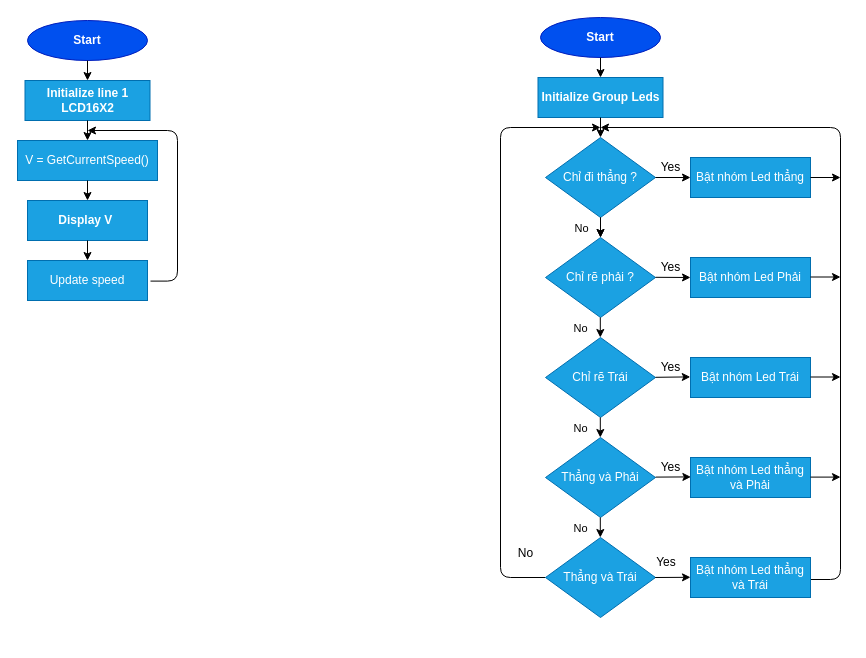
The draw.io diagram page "Page-3" (3 of 4) of Untitled Diagram.drawio in truongvanthinh/AutonomousCar, before the edit. Source tidied: cells renumbered, new cells numbered last; positions are measured from the earlier drawing's top-left corner, leaving out a move shared by most shapes. Both pictures are drawn from the tidied source at 100%, with x=0, y=0 at pixel (17, 17).
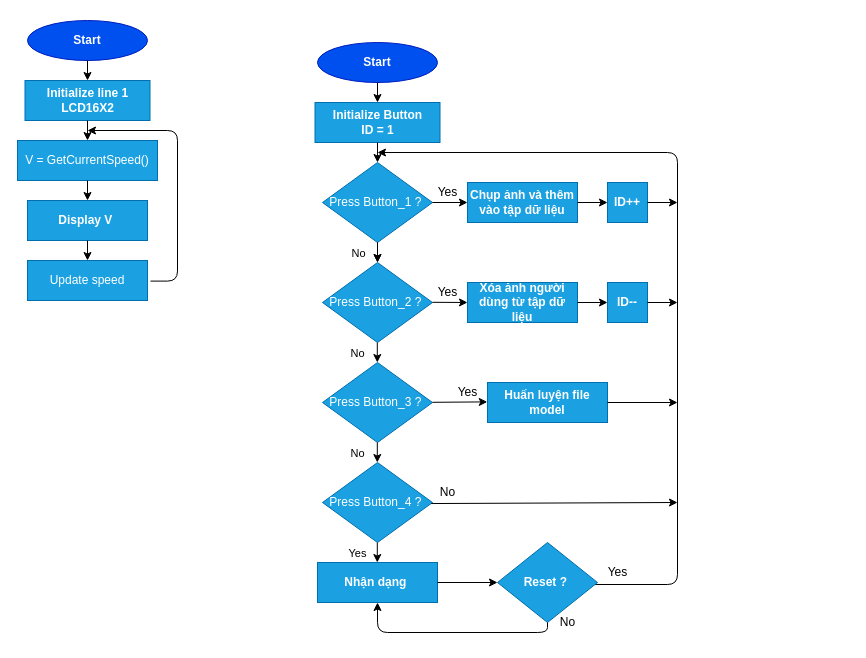
The same page after the edit.

Diff of the diagram source:
```diff
@@
     <mxCell id="12" value="&lt;b&gt;Start&lt;/b&gt;" style="ellipse;whiteSpace=wrap;html=1;fillColor=#0050ef;strokeColor=#001DBC;fontColor=#ffffff;" parent="1" vertex="1">
-      <mxGeometry x="523" width="120" height="40" as="geometry" />
+      <mxGeometry x="300" y="25" width="120" height="40" as="geometry" />
     </mxCell>
-    <mxCell id="13" value="&lt;b&gt;Initialize Group Leds&lt;/b&gt;" style="rounded=0;whiteSpace=wrap;html=1;fillColor=#1ba1e2;strokeColor=#006EAF;fontColor=#ffffff;" parent="1" vertex="1">
-      <mxGeometry x="520.5" y="60" width="125" height="40" as="geometry" />
+    <mxCell id="13" value="&lt;b&gt;Initialize Button&lt;br&gt;ID = 1&lt;br&gt;&lt;/b&gt;" style="rounded=0;whiteSpace=wrap;html=1;fillColor=#1ba1e2;strokeColor=#006EAF;fontColor=#ffffff;" parent="1" vertex="1">
+      <mxGeometry x="297.5" y="85" width="125" height="40" as="geometry" />
     </mxCell>
@@
-    <mxCell id="15" value="Chỉ đi thẳng ?" style="rhombus;whiteSpace=wrap;html=1;fillColor=#1ba1e2;strokeColor=#006EAF;fontColor=#ffffff;" parent="1" vertex="1">
-      <mxGeometry x="528" y="120" width="110" height="80" as="geometry" />
+    <mxCell id="15" value="Press Button_1 ?&amp;nbsp;" style="rhombus;whiteSpace=wrap;html=1;fillColor=#1ba1e2;strokeColor=#006EAF;fontColor=#ffffff;" parent="1" vertex="1">
+      <mxGeometry x="305" y="145" width="110" height="80" as="geometry" />
     </mxCell>
-    <mxCell id="16" value="Chỉ rẽ phải ?" style="rhombus;whiteSpace=wrap;html=1;fillColor=#1ba1e2;strokeColor=#006EAF;fontColor=#ffffff;" parent="1" vertex="1">
-      <mxGeometry x="528" y="220" width="110" height="80" as="geometry" />
+    <mxCell id="16" value="&lt;span&gt;Press Button_2 ?&amp;nbsp;&lt;/span&gt;" style="rhombus;whiteSpace=wrap;html=1;fillColor=#1ba1e2;strokeColor=#006EAF;fontColor=#ffffff;" parent="1" vertex="1">
+      <mxGeometry x="305" y="245" width="110" height="80" as="geometry" />
     </mxCell>
-    <mxCell id="17" value="Chỉ rẽ Trái" style="rhombus;whiteSpace=wrap;html=1;fillColor=#1ba1e2;strokeColor=#006EAF;fontColor=#ffffff;" parent="1" vertex="1">
-      <mxGeometry x="528" y="320" width="110" height="80" as="geometry" />
+    <mxCell id="17" value="Press Button_3 ?&amp;nbsp;" style="rhombus;whiteSpace=wrap;html=1;fillColor=#1ba1e2;strokeColor=#006EAF;fontColor=#ffffff;" parent="1" vertex="1">
+      <mxGeometry x="305" y="345" width="110" height="80" as="geometry" />
     </mxCell>
-    <mxCell id="18" value="Thẳng và Phải" style="rhombus;whiteSpace=wrap;html=1;fillColor=#1ba1e2;strokeColor=#006EAF;fontColor=#ffffff;" parent="1" vertex="1">
-      <mxGeometry x="528" y="420" width="110" height="80" as="geometry" />
+    <mxCell id="18" value="Press Button_4 ?&amp;nbsp;" style="rhombus;whiteSpace=wrap;html=1;fillColor=#1ba1e2;strokeColor=#006EAF;fontColor=#ffffff;" parent="1" vertex="1">
+      <mxGeometry x="305" y="445" width="110" height="80" as="geometry" />
     </mxCell>
@@
-    <mxCell id="20" value="Bật nhóm Led thẳng" style="rounded=0;whiteSpace=wrap;html=1;fillColor=#1ba1e2;strokeColor=#006EAF;fontColor=#ffffff;" parent="1" vertex="1">
-      <mxGeometry x="673" y="140" width="120" height="40" as="geometry" />
+    <mxCell id="20" value="&lt;b&gt;Chụp ảnh và thêm vào tập dữ liệu&lt;/b&gt;" style="rounded=0;whiteSpace=wrap;html=1;fillColor=#1ba1e2;strokeColor=#006EAF;fontColor=#ffffff;" parent="1" vertex="1">
+      <mxGeometry x="450" y="165" width="110" height="40" as="geometry" />
     </mxCell>
-    <mxCell id="21" value="&lt;span&gt;Bật nhóm Led Phải&lt;/span&gt;" style="rounded=0;whiteSpace=wrap;html=1;fillColor=#1ba1e2;strokeColor=#006EAF;fontColor=#ffffff;" parent="1" vertex="1">
-      <mxGeometry x="673" y="240" width="120" height="40" as="geometry" />
+    <mxCell id="21" value="&lt;b&gt;Xóa ảnh người dùng từ tập dữ liệu&lt;/b&gt;" style="rounded=0;whiteSpace=wrap;html=1;fillColor=#1ba1e2;strokeColor=#006EAF;fontColor=#ffffff;" parent="1" vertex="1">
+      <mxGeometry x="450" y="265" width="110" height="40" as="geometry" />
     </mxCell>
-    <mxCell id="22" value="Bật nhóm Led Trái" style="rounded=0;whiteSpace=wrap;html=1;fillColor=#1ba1e2;strokeColor=#006EAF;fontColor=#ffffff;" parent="1" vertex="1">
-      <mxGeometry x="673" y="340" width="120" height="40" as="geometry" />
+    <mxCell id="22" value="&lt;b&gt;Huấn luyện file model&lt;/b&gt;" style="rounded=0;whiteSpace=wrap;html=1;fillColor=#1ba1e2;strokeColor=#006EAF;fontColor=#ffffff;" parent="1" vertex="1">
+      <mxGeometry x="470" y="365" width="120" height="40" as="geometry" />
     </mxCell>
-    <mxCell id="23" value="Bật nhóm Led thẳng và Phải" style="rounded=0;whiteSpace=wrap;html=1;fillColor=#1ba1e2;strokeColor=#006EAF;fontColor=#ffffff;" parent="1" vertex="1">
-      <mxGeometry x="673" y="440" width="120" height="40" as="geometry" />
-    </mxCell>
@@
     <mxCell id="26" style="endArrow=classic;html=1;strokeWidth=1;exitX=0.5;exitY=1;exitDx=0;exitDy=0;" parent="1" edge="1">
       <mxGeometry relative="1" as="geometry">
-        <mxPoint x="583" y="200" as="sourcePoint" />
-        <mxPoint x="583" y="220" as="targetPoint" />
+        <mxPoint x="360" y="225" as="sourcePoint" />
+        <mxPoint x="360" y="245" as="targetPoint" />
       </mxGeometry>
     </mxCell>
@@
     <mxCell id="28" style="endArrow=classic;html=1;strokeWidth=1;exitX=0.5;exitY=1;exitDx=0;exitDy=0;" parent="1" edge="1">
       <mxGeometry relative="1" as="geometry">
-        <mxPoint x="582.8" y="300" as="sourcePoint" />
-        <mxPoint x="582.8" y="320" as="targetPoint" />
+        <mxPoint x="359.8" y="325" as="sourcePoint" />
+        <mxPoint x="359.8" y="345" as="targetPoint" />
       </mxGeometry>
     </mxCell>
@@
     <mxCell id="30" style="endArrow=classic;html=1;strokeWidth=1;exitX=0.5;exitY=1;exitDx=0;exitDy=0;" parent="1" edge="1">
       <mxGeometry relative="1" as="geometry">
-        <mxPoint x="582.8" y="400" as="sourcePoint" />
-        <mxPoint x="582.8" y="420" as="targetPoint" />
+        <mxPoint x="359.8" y="425" as="sourcePoint" />
+        <mxPoint x="359.8" y="445" as="targetPoint" />
       </mxGeometry>
     </mxCell>
@@
-    <mxCell id="32" value="No" style="text;html=1;align=center;verticalAlign=middle;strokeColor=none;" parent="1" vertex="1">
-      <mxGeometry x="493" y="526" width="30" height="20" as="geometry" />
-    </mxCell>
@@
     <mxCell id="34" value="Yes" style="text;html=1;align=center;verticalAlign=middle;strokeColor=none;" parent="1" vertex="1">
-      <mxGeometry x="633" y="140" width="40" height="20" as="geometry" />
+      <mxGeometry x="410" y="165" width="40" height="20" as="geometry" />
     </mxCell>
     <mxCell id="35" value="Yes" style="text;html=1;align=center;verticalAlign=middle;strokeColor=none;" parent="1" vertex="1">
-      <mxGeometry x="633" y="240" width="40" height="20" as="geometry" />
+      <mxGeometry x="410" y="265" width="40" height="20" as="geometry" />
     </mxCell>
     <mxCell id="36" style="endArrow=classic;html=1;strokeWidth=1;exitX=1;exitY=0.5;exitDx=0;exitDy=0;entryX=0.995;entryY=0.97;entryDx=0;entryDy=0;entryPerimeter=0;" parent="1" edge="1" target="39">
       <mxGeometry relative="1" as="geometry">
-        <mxPoint x="638" y="359.8" as="sourcePoint" />
+        <mxPoint x="415" y="384.8" as="sourcePoint" />
       </mxGeometry>
     </mxCell>
     <mxCell id="37" style="endArrow=classic;html=1;strokeWidth=1;exitX=1;exitY=0.5;exitDx=0;exitDy=0;" parent="1" edge="1" target="40">
       <mxGeometry relative="1" as="geometry">
-        <mxPoint x="638" y="459.5" as="sourcePoint" />
+        <mxPoint x="415" y="484.5" as="sourcePoint" />
       </mxGeometry>
     </mxCell>
     <mxCell id="38" style="endArrow=classic;html=1;strokeWidth=1;exitX=1;exitY=0.5;exitDx=0;exitDy=0;" parent="1" edge="1">
       <mxGeometry relative="1" as="geometry">
-        <mxPoint x="638" y="259.8" as="sourcePoint" />
-        <mxPoint x="673" y="260" as="targetPoint" />
+        <mxPoint x="415" y="284.8" as="sourcePoint" />
+        <mxPoint x="450" y="285" as="targetPoint" />
       </mxGeometry>
     </mxCell>
     <mxCell id="39" value="Yes" style="text;html=1;align=center;verticalAlign=middle;points=[];strokeColor=none;" parent="1" vertex="1">
-      <mxGeometry x="633" y="340" width="40" height="20" as="geometry" />
+      <mxGeometry x="430" y="365" width="40" height="20" as="geometry" />
     </mxCell>
-    <mxCell id="40" value="Yes" style="text;html=1;align=center;verticalAlign=middle;points=[];strokeColor=none;" parent="1" vertex="1">
-      <mxGeometry x="633" y="440" width="40" height="20" as="geometry" />
+    <mxCell id="40" value="No" style="text;html=1;align=center;verticalAlign=middle;points=[];strokeColor=none;" parent="1" vertex="1">
+      <mxGeometry x="415" y="465" width="30" height="20" as="geometry" />
     </mxCell>
-    <mxCell id="41" style="endArrow=classic;html=1;strokeWidth=1;entryX=1.01;entryY=0.97;entryDx=0;entryDy=0;entryPerimeter=0;exitX=0.127;exitY=0.98;exitDx=0;exitDy=0;exitPerimeter=0;" parent="1" edge="1" source="40" target="40">
-      <mxGeometry relative="1" as="geometry" />
-    </mxCell>
-    <mxCell id="42" style="endArrow=classic;html=1;strokeWidth=1;" parent="1" edge="1">
+    <mxCell id="42" style="endArrow=classic;html=1;strokeWidth=1;" parent="1" edge="1" target="54">
       <mxGeometry relative="1" as="geometry">
-        <mxPoint x="793" y="160" as="sourcePoint" />
-        <mxPoint x="823" y="160" as="targetPoint" />
+        <mxPoint x="560" y="185" as="sourcePoint" />
       </mxGeometry>
     </mxCell>
-    <mxCell id="43" style="endArrow=classic;html=1;strokeWidth=1;" parent="1" edge="1">
-      <mxGeometry relative="1" as="geometry">
-        <mxPoint x="793" y="259.5" as="sourcePoint" />
-        <mxPoint x="823" y="259.5" as="targetPoint" />
-      </mxGeometry>
-    </mxCell>
     <mxCell id="44" style="endArrow=classic;html=1;strokeWidth=1;" parent="1" edge="1">
       <mxGeometry relative="1" as="geometry">
-        <mxPoint x="793" y="359.5" as="sourcePoint" />
-        <mxPoint x="823" y="359.5" as="targetPoint" />
+        <mxPoint x="590" y="385" as="sourcePoint" />
+        <mxPoint x="660" y="385" as="targetPoint" />
       </mxGeometry>
     </mxCell>
-    <mxCell id="45" style="edgeStyle=segmentEdgeStyle;endArrow=classic;html=1;strokeWidth=1;" parent="1" edge="1">
+    <mxCell id="45" style="edgeStyle=segmentEdgeStyle;endArrow=classic;html=1;strokeWidth=1;" parent="1" edge="1" source="60">
       <mxGeometry relative="1" as="geometry">
-        <mxPoint x="793" y="562" as="sourcePoint" />
-        <mxPoint x="583" y="110" as="targetPoint" />
+        <mxPoint x="360" y="135" as="targetPoint" />
         <Array as="points">
-          <mxPoint x="823" y="562" />
-          <mxPoint x="823" y="110" />
+          <mxPoint x="660" y="567" />
+          <mxPoint x="660" y="135" />
+          <mxPoint x="360" y="135" />
         </Array>
       </mxGeometry>
     </mxCell>
-    <mxCell id="46" style="edgeStyle=elbowEdgeStyle;elbow=horizontal;endArrow=classic;html=1;strokeWidth=1;exitX=0;exitY=0.5;exitDx=0;exitDy=0;" parent="1" edge="1" source="47">
-      <mxGeometry relative="1" as="geometry">
-        <mxPoint x="583" y="110" as="targetPoint" />
-        <Array as="points">
-          <mxPoint x="483" y="440" />
-        </Array>
-      </mxGeometry>
-    </mxCell>
-    <mxCell id="47" value="Thẳng và Trái" style="rhombus;whiteSpace=wrap;html=1;fillColor=#1ba1e2;strokeColor=#006EAF;fontColor=#ffffff;" parent="1" vertex="1">
-      <mxGeometry x="528" y="520" width="110" height="80" as="geometry" />
-    </mxCell>
     <mxCell id="48" style="endArrow=classic;html=1;strokeWidth=1;exitX=0.5;exitY=1;exitDx=0;exitDy=0;" parent="1" edge="1">
       <mxGeometry relative="1" as="geometry">
-        <mxPoint x="582.8" y="500" as="sourcePoint" />
-        <mxPoint x="582.8" y="520" as="targetPoint" />
+        <mxPoint x="359.8" y="525" as="sourcePoint" />
+        <mxPoint x="359.8" y="545" as="targetPoint" />
       </mxGeometry>
     </mxCell>
-    <mxCell id="49" value="No" style="edgeLabel;html=1;align=center;verticalAlign=middle;" parent="48" vertex="1">
+    <mxCell id="49" value="Yes" style="edgeLabel;html=1;align=center;verticalAlign=middle;" parent="48" vertex="1">
       <mxGeometry relative="1" as="geometry">
         <mxPoint x="-20" as="offset" />
       </mxGeometry>
     </mxCell>
-    <mxCell id="50" style="endArrow=classic;html=1;strokeWidth=1;entryX=1.01;entryY=0.97;entryDx=0;entryDy=0;entryPerimeter=0;exitX=0.127;exitY=0.98;exitDx=0;exitDy=0;exitPerimeter=0;" parent="1" edge="1">
-      <mxGeometry relative="1" as="geometry">
-        <mxPoint x="637.7" y="560" as="sourcePoint" />
-        <mxPoint x="673" y="559.8" as="targetPoint" />
-      </mxGeometry>
-    </mxCell>
+    <mxCell id="52" value="&lt;b&gt;Nhận dạng&amp;nbsp;&lt;/b&gt;" style="rounded=0;whiteSpace=wrap;html=1;fillColor=#1ba1e2;strokeColor=#006EAF;fontColor=#ffffff;" parent="1" vertex="1">
+      <mxGeometry x="300" y="545" width="120" height="40" as="geometry" />
+    </mxCell>
+    <mxCell id="54" value="&lt;b&gt;ID++&lt;/b&gt;" style="rounded=0;whiteSpace=wrap;html=1;fillColor=#1ba1e2;strokeColor=#006EAF;fontColor=#ffffff;" parent="1" vertex="1">
+      <mxGeometry x="590" y="165" width="40" height="40" as="geometry" />
+    </mxCell>
+    <mxCell id="55" value="&lt;b&gt;ID--&lt;/b&gt;" style="rounded=0;whiteSpace=wrap;html=1;fillColor=#1ba1e2;strokeColor=#006EAF;fontColor=#ffffff;" parent="1" vertex="1">
+      <mxGeometry x="590" y="265" width="40" height="40" as="geometry" />
+    </mxCell>
+    <mxCell id="56" style="endArrow=classic;html=1;exitX=1;exitY=0.5;exitDx=0;exitDy=0;entryX=0;entryY=0.5;entryDx=0;entryDy=0;" parent="1" edge="1" source="21" target="55">
+      <mxGeometry relative="1" as="geometry" />
+    </mxCell>
+    <mxCell id="57" style="endArrow=classic;html=1;exitX=1;exitY=0.5;exitDx=0;exitDy=0;" parent="1" edge="1" source="54">
+      <mxGeometry relative="1" as="geometry">
+        <mxPoint x="660" y="185" as="targetPoint" />
+      </mxGeometry>
+    </mxCell>
+    <mxCell id="58" style="endArrow=classic;html=1;exitX=1;exitY=0.5;exitDx=0;exitDy=0;" parent="1" edge="1" source="55">
+      <mxGeometry relative="1" as="geometry">
+        <mxPoint x="660" y="285" as="targetPoint" />
+      </mxGeometry>
+    </mxCell>
+    <mxCell id="59" style="endArrow=classic;html=1;exitX=-0.041;exitY=1.052;exitDx=0;exitDy=0;exitPerimeter=0;" parent="1" edge="1" source="40">
+      <mxGeometry relative="1" as="geometry">
+        <mxPoint x="660" y="485" as="targetPoint" />
+      </mxGeometry>
+    </mxCell>
+    <mxCell id="60" value="&lt;b&gt;Reset ?&amp;nbsp;&lt;/b&gt;" style="rhombus;whiteSpace=wrap;html=1;fillColor=#1ba1e2;strokeColor=#006EAF;fontColor=#ffffff;" parent="1" vertex="1">
+      <mxGeometry x="480" y="525" width="100" height="80" as="geometry" />
+    </mxCell>
+    <mxCell id="61" style="endArrow=classic;html=1;exitX=1;exitY=0.5;exitDx=0;exitDy=0;entryX=0;entryY=0.5;entryDx=0;entryDy=0;" parent="1" edge="1" source="52" target="60">
+      <mxGeometry relative="1" as="geometry" />
+    </mxCell>
-    <mxCell id="51" value="Yes" style="text;html=1;strokeColor=none;fillColor=none;align=center;verticalAlign=middle;whiteSpace=wrap;rounded=0;" parent="1" vertex="1">
-      <mxGeometry x="629" y="535" width="40" height="20" as="geometry" />
+    <mxCell id="51" value="Yes" style="text;html=1;align=center;verticalAlign=middle;strokeColor=none;" parent="1" vertex="1">
+      <mxGeometry x="580" y="545" width="40" height="20" as="geometry" />
     </mxCell>
-    <mxCell id="52" value="Bật nhóm Led thẳng và Trái" style="rounded=0;whiteSpace=wrap;html=1;fillColor=#1ba1e2;strokeColor=#006EAF;fontColor=#ffffff;" parent="1" vertex="1">
-      <mxGeometry x="673" y="540" width="120" height="40" as="geometry" />
-    </mxCell>
-    <mxCell id="53" style="endArrow=classic;html=1;strokeWidth=1;" parent="1" edge="1">
-      <mxGeometry relative="1" as="geometry">
-        <mxPoint x="793" y="459.6" as="sourcePoint" />
-        <mxPoint x="823" y="459.6" as="targetPoint" />
-      </mxGeometry>
-    </mxCell>
+    <mxCell id="62" style="edgeStyle=segmentEdgeStyle;endArrow=classic;html=1;entryX=0.5;entryY=1;entryDx=0;entryDy=0;exitX=0.5;exitY=1;exitDx=0;exitDy=0;" parent="1" edge="1" source="60" target="52">
+      <mxGeometry relative="1" as="geometry">
+        <Array as="points">
+          <mxPoint x="530" y="615" />
+          <mxPoint x="360" y="615" />
+        </Array>
+      </mxGeometry>
+    </mxCell>
+    <mxCell id="32" value="No" style="text;html=1;align=center;verticalAlign=middle;strokeColor=none;" parent="1" vertex="1">
+      <mxGeometry x="535" y="595" width="30" height="20" as="geometry" />
+    </mxCell>
```
